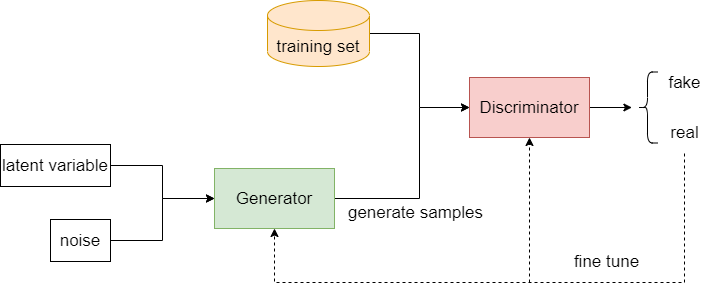
lakomi/pictures keeps this draw.io diagram as gan.drawio.png. Above is the earlier version. Source tidied: cells renumbered, new cells last; positions are measured from the earlier drawing's top-left corner, leaving out a move shared by most shapes.
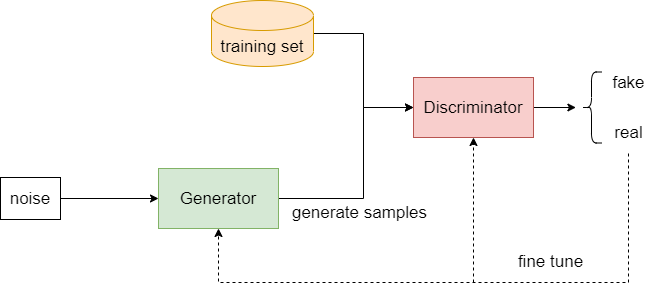
The same file after the commit.

Diff of the diagram source:
```diff
@@ -27,17 +27,11 @@
     <mxCell id="7" value="training set" style="shape=cylinder3;whiteSpace=wrap;html=1;boundedLbl=1;backgroundOutline=1;size=15;fillColor=#ffe6cc;strokeColor=#d79b00;fontSize=17;" parent="1" vertex="1">
       <mxGeometry x="267" width="102" height="66" as="geometry" />
     </mxCell>
-    <mxCell id="8" style="edgeStyle=orthogonalEdgeStyle;rounded=0;jettySize=auto;html=1;exitX=1;exitY=0.5;exitDx=0;exitDy=0;entryX=0;entryY=0.5;entryDx=0;entryDy=0;" parent="1" edge="1" source="9" target="3">
-      <mxGeometry relative="1" as="geometry" />
-    </mxCell>
-    <mxCell id="9" value="latent variable" style="rounded=0;whiteSpace=wrap;html=1;fontSize=17;" parent="1" vertex="1">
-      <mxGeometry y="144" width="110" height="42" as="geometry" />
-    </mxCell>
     <mxCell id="10" style="edgeStyle=orthogonalEdgeStyle;rounded=0;jettySize=auto;html=1;exitX=1;exitY=0.5;exitDx=0;exitDy=0;entryX=0;entryY=0.5;entryDx=0;entryDy=0;" parent="1" edge="1" source="11" target="3">
       <mxGeometry relative="1" as="geometry" />
     </mxCell>
     <mxCell id="11" value="noise" style="rounded=0;whiteSpace=wrap;html=1;fontSize=17;" parent="1" vertex="1">
-      <mxGeometry x="50" y="219" width="60" height="42" as="geometry" />
+      <mxGeometry x="56" y="177" width="60" height="42" as="geometry" />
     </mxCell>
     <mxCell id="12" value="generate samples" style="text;html=1;align=center;verticalAlign=middle;strokeColor=none;fillColor=none;fontSize=17;" parent="1" vertex="1">
       <mxGeometry x="342" y="200" width="145" height="24" as="geometry" />
```
